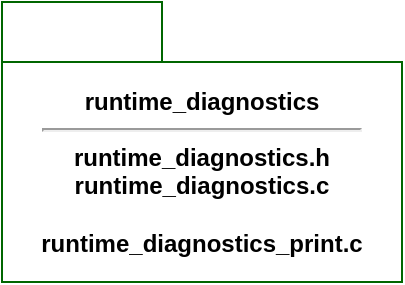
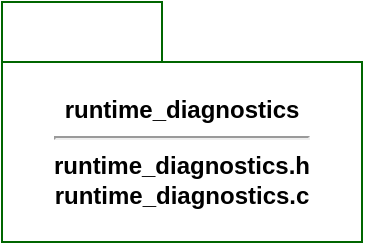
<mxfile host="Electron" agent="Mozilla/5.0 (Windows NT 10.0; Win64; x64) AppleWebKit/537.36 (KHTML, like Gecko) draw.io/29.3.0 Chrome/140.0.7339.249 Electron/38.7.2 Safari/537.36" version="29.3.0">
  <diagram name="Page-1" id="BC5-y91QGzgPa5I57pI4">
    <mxGraphModel dx="1042" dy="626" grid="1" gridSize="10" guides="1" tooltips="1" connect="1" arrows="1" fold="1" page="1" pageScale="1" pageWidth="850" pageHeight="1100" math="0" shadow="0">
      <root>
        <mxCell id="0" />
        <mxCell id="1" parent="0" />
-         <mxCell id="wOMtGdxW-GEQhh6y-wTj-1" parent="1" style="shape=folder;fontStyle=1;tabWidth=80;tabHeight=30;tabPosition=left;html=1;boundedLbl=1;whiteSpace=wrap;strokeColor=#006600;" value="&lt;div&gt;runtime_diagnostics&lt;/div&gt;&lt;div&gt;&lt;hr&gt;&lt;/div&gt;&lt;div&gt;runtime_diagnostics.h&lt;/div&gt;&lt;div&gt;runtime_diagnostics.c&lt;/div&gt;&lt;div&gt;&lt;br&gt;&lt;/div&gt;&lt;div&gt;runtime_diagnostics_print.c&lt;/div&gt;" vertex="1">
-           <mxGeometry height="140" width="200" x="260" y="170" as="geometry" />
+         <mxCell id="wOMtGdxW-GEQhh6y-wTj-1" parent="1" style="shape=folder;fontStyle=1;tabWidth=80;tabHeight=30;tabPosition=left;html=1;boundedLbl=1;whiteSpace=wrap;strokeColor=#006600;" value="&lt;div&gt;runtime_diagnostics&lt;/div&gt;&lt;div&gt;&lt;hr&gt;&lt;/div&gt;&lt;div&gt;runtime_diagnostics.h&lt;/div&gt;&lt;div&gt;runtime_diagnostics.c&lt;/div&gt;" vertex="1">
+           <mxGeometry height="120" width="180" x="260" y="170" as="geometry" />
        </mxCell>
      </root>
    </mxGraphModel>
  </diagram>
</mxfile>
